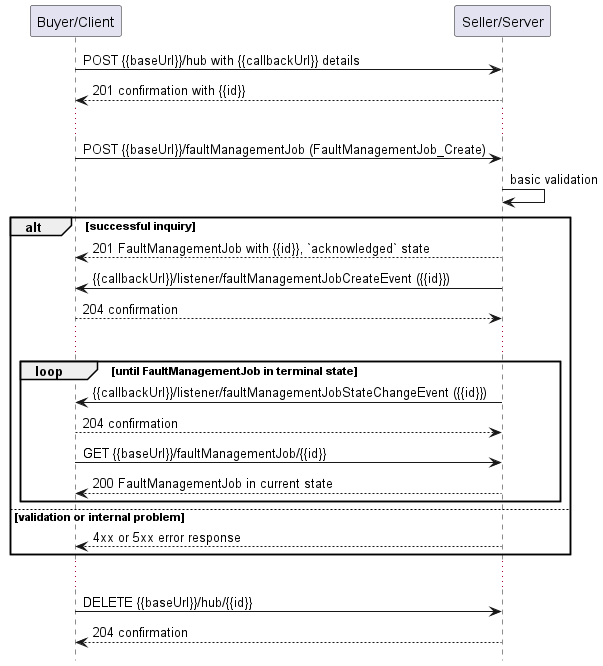
Earlier version of the PlantUML export documentation/serviceApi/fm/media/useCase1Notification.png (MEF-GIT/MEF-LSO-Legato-SDK). Source of this version:
```plantuml
@startuml useCase1Notification

hide footbox

participant "Buyer/Client" as B
participant "Seller/Server" as S

B -> S: POST {{baseUrl}}/hub with {{callbackUrl}} details
S --> B: 201 confirmation with {{id}}
...
B -> S: POST {{baseUrl}}/faultManagementJob (FaultManagementJob_Create)
S -> S: basic validation

alt successful inquiry
  S --> B: 201 FaultManagementJob with {{id}}, `acknowledged` state
  S -> B: {{callbackUrl}}/listener/faultManagementJobCreateEvent ({{id}})
  B --> S: 204 confirmation

  ...

  group loop [until FaultManagementJob in terminal state]
      S -> B: {{callbackUrl}}/listener/faultManagementJobStateChangeEvent ({{id}})
      B --> S: 204 confirmation
      B -> S:   GET {{baseUrl}}/faultManagementJob/{{id}}
      return 200 FaultManagementJob in current state
  end

else validation or internal problem
  S --> B : 4xx or 5xx error response
end

...

B -> S : DELETE {{baseUrl}}/hub/{{id}}
S --> B : 204 confirmation

@enduml
```
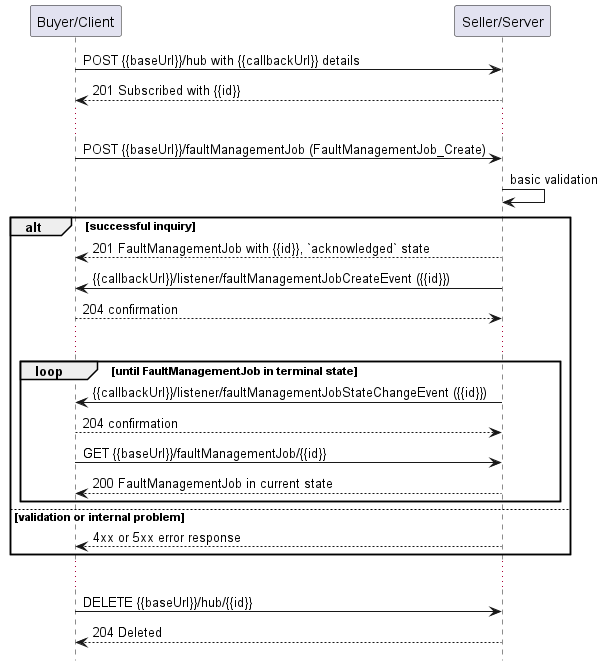
The same file after the commit.

Diff of the diagram source:
```diff
@@ -6,7 +6,7 @@
 participant "Seller/Server" as S
 
 B -> S: POST {{baseUrl}}/hub with {{callbackUrl}} details
-S --> B: 201 confirmation with {{id}}
+S --> B: 201 Subscribed with {{id}}
 ...
 B -> S: POST {{baseUrl}}/faultManagementJob (FaultManagementJob_Create)
 S -> S: basic validation
@@ -21,7 +21,7 @@
   group loop [until FaultManagementJob in terminal state]
       S -> B: {{callbackUrl}}/listener/faultManagementJobStateChangeEvent ({{id}})
       B --> S: 204 confirmation
-      B -> S:   GET {{baseUrl}}/faultManagementJob/{{id}}
+      B -> S: GET {{baseUrl}}/faultManagementJob/{{id}}
       return 200 FaultManagementJob in current state
   end
 
@@ -32,6 +32,6 @@
 ...
 
 B -> S : DELETE {{baseUrl}}/hub/{{id}}
-S --> B : 204 confirmation
+S --> B : 204 Deleted
 
 @enduml
```
